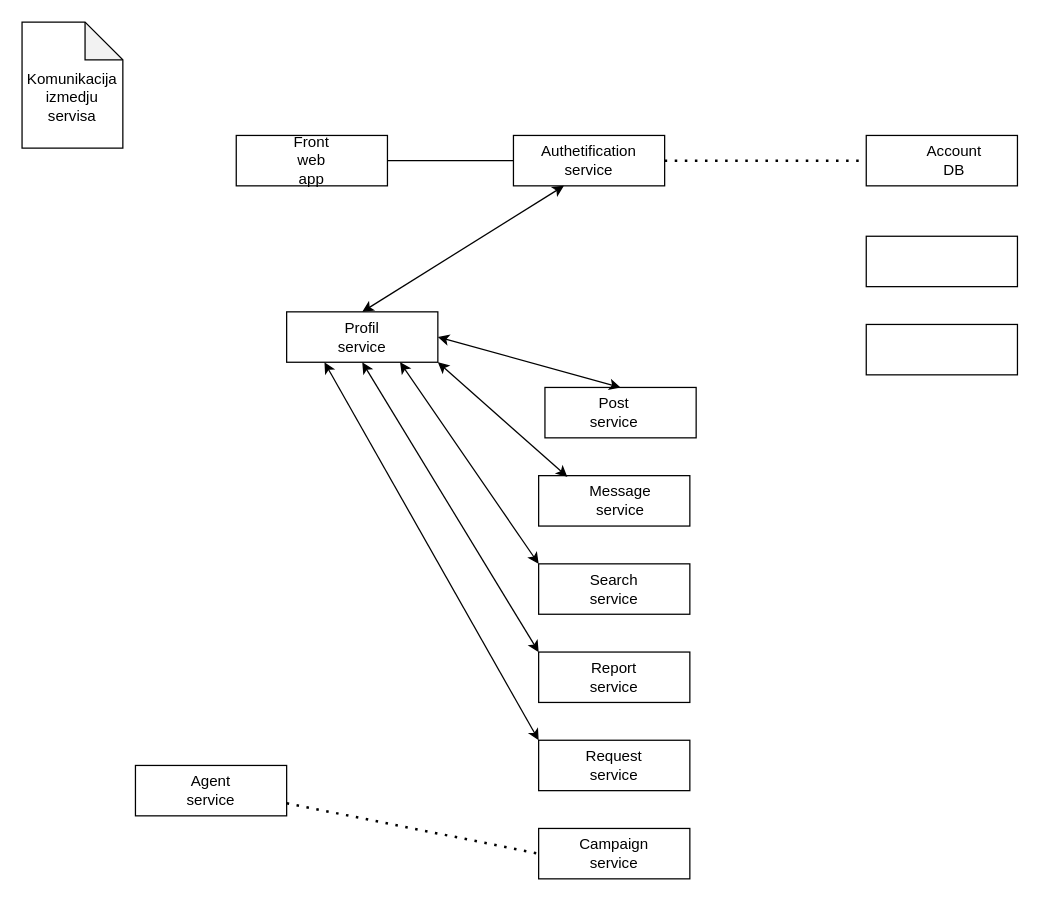
Above: page "Page-11" (10 of 10) of Dijagrami.drawio in andjelijaa/XML-projekat (draw.io), before the change. Source tidied: cells renumbered, new cells numbered last; positions are measured from the earlier drawing's top-left corner, leaving out a move shared by most shapes. Both pictures are drawn from the tidied source at 126%, with x=0, y=0 at pixel (21, 21).
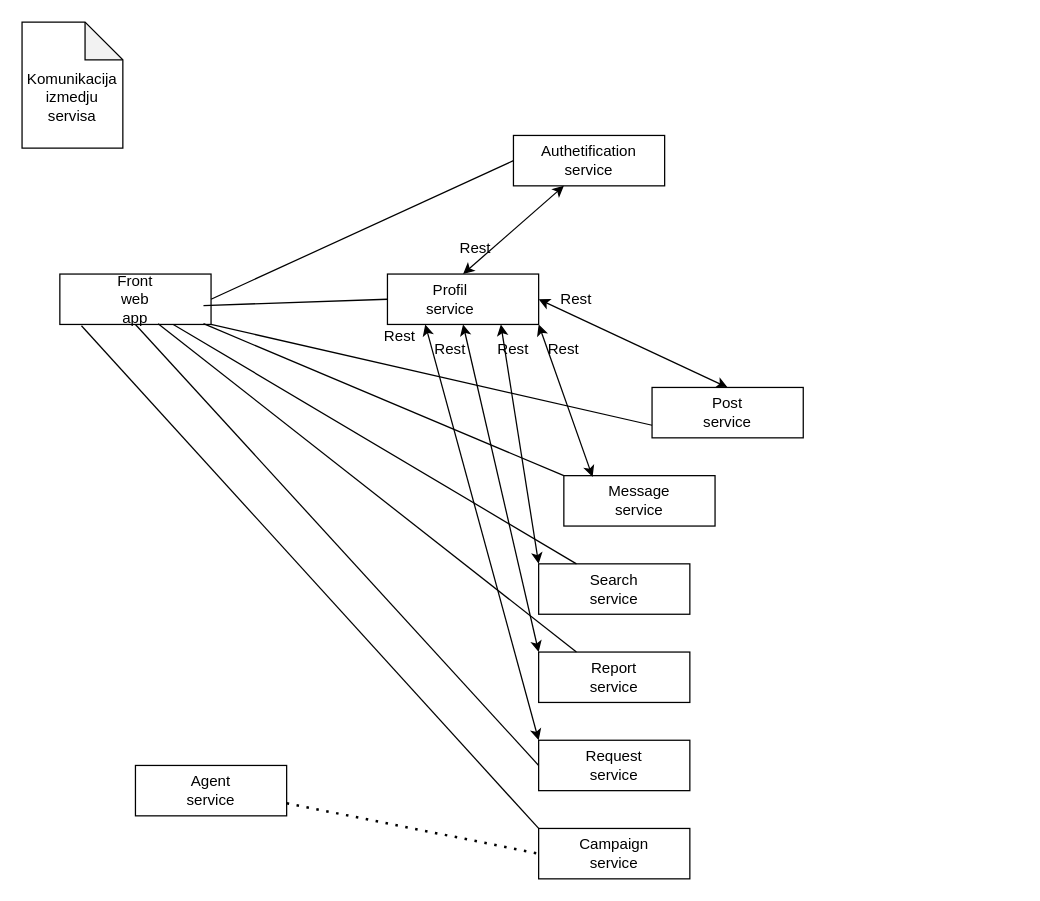
The same page after the edit.

The change refers to these unchanged cells:
```xml
<mxCell id="3" style="rounded=0;whiteSpace=wrap;html=1;" parent="1" vertex="1">
  <mxGeometry x="390" y="90" width="120" height="40" as="geometry" />
</mxCell>
<mxCell id="22" style="rounded=0;whiteSpace=wrap;html=1;align=left;" parent="1" vertex="1">
  <mxGeometry x="410" y="430" width="120" height="40" as="geometry" />
</mxCell>
<mxCell id="25" style="rounded=0;whiteSpace=wrap;html=1;align=left;" parent="1" vertex="1">
  <mxGeometry x="410" y="500" width="120" height="40" as="geometry" />
</mxCell>
<mxCell id="28" style="rounded=0;whiteSpace=wrap;html=1;align=left;" parent="1" vertex="1">
  <mxGeometry x="410" y="570" width="120" height="40" as="geometry" />
</mxCell>
<mxCell id="33" style="rounded=0;whiteSpace=wrap;html=1;align=left;" parent="1" vertex="1">
  <mxGeometry x="410" y="640" width="120" height="40" as="geometry" />
</mxCell>
```

What changed in the source:
```diff
@@
     <mxCell id="5" style="rounded=0;whiteSpace=wrap;html=1;" parent="1" vertex="1">
-      <mxGeometry x="210" y="230" width="120" height="40" as="geometry" />
+      <mxGeometry x="290" y="200" width="120" height="40" as="geometry" />
     </mxCell>
@@
-    <mxCell id="7" style="rounded=0;whiteSpace=wrap;html=1;" parent="1" vertex="1">
-      <mxGeometry x="670" y="170" width="120" height="40" as="geometry" />
-    </mxCell>
     <mxCell id="8" style="rounded=0;whiteSpace=wrap;html=1;align=left;" parent="1" vertex="1">
-      <mxGeometry x="170" y="90" width="120" height="40" as="geometry" />
+      <mxGeometry x="30" y="200" width="120" height="40" as="geometry" />
     </mxCell>
     <mxCell id="9" value="Front web app" style="text;html=1;strokeColor=none;fillColor=none;align=center;verticalAlign=middle;whiteSpace=wrap;rounded=0;" parent="1" vertex="1">
-      <mxGeometry x="210" y="100" width="40" height="20" as="geometry" />
+      <mxGeometry x="70" y="210" width="40" height="20" as="geometry" />
     </mxCell>
@@
-    <mxCell id="11" style="rounded=0;whiteSpace=wrap;html=1;align=left;" parent="1" vertex="1">
-      <mxGeometry x="670" y="90" width="120" height="40" as="geometry" />
-    </mxCell>
-    <mxCell id="12" value="Account DB" style="text;html=1;strokeColor=none;fillColor=none;align=center;verticalAlign=middle;whiteSpace=wrap;rounded=0;" parent="1" vertex="1">
-      <mxGeometry x="720" y="100" width="40" height="20" as="geometry" />
-    </mxCell>
-    <mxCell id="13" style="rounded=0;whiteSpace=wrap;html=1;" parent="1" vertex="1">
-      <mxGeometry x="670" y="240" width="120" height="40" as="geometry" />
-    </mxCell>
     <mxCell id="14" style="rounded=0;whiteSpace=wrap;html=1;" parent="1" vertex="1">
-      <mxGeometry x="415" y="290" width="120" height="40" as="geometry" />
+      <mxGeometry x="500" y="290" width="120" height="40" as="geometry" />
     </mxCell>
     <mxCell id="15" style="rounded=0;whiteSpace=wrap;html=1;" parent="1" vertex="1">
-      <mxGeometry x="410" y="360" width="120" height="40" as="geometry" />
+      <mxGeometry x="430" y="360" width="120" height="40" as="geometry" />
     </mxCell>
     <mxCell id="16" value="Profil service" style="text;html=1;strokeColor=none;fillColor=none;align=center;verticalAlign=middle;whiteSpace=wrap;rounded=0;" parent="1" vertex="1">
-      <mxGeometry x="250" y="240" width="40" height="20" as="geometry" />
+      <mxGeometry x="320" y="210" width="40" height="20" as="geometry" />
     </mxCell>
@@
     <mxCell id="18" value="Post service" style="text;html=1;strokeColor=none;fillColor=none;align=center;verticalAlign=middle;whiteSpace=wrap;rounded=0;" parent="1" vertex="1">
-      <mxGeometry x="450" y="300" width="40" height="20" as="geometry" />
+      <mxGeometry x="540" y="300" width="40" height="20" as="geometry" />
     </mxCell>
@@
     <mxCell id="20" value="Message service" style="text;html=1;strokeColor=none;fillColor=none;align=center;verticalAlign=middle;whiteSpace=wrap;rounded=0;" parent="1" vertex="1">
-      <mxGeometry x="455" y="370" width="40" height="20" as="geometry" />
+      <mxGeometry x="470" y="370" width="40" height="20" as="geometry" />
     </mxCell>
@@
-    <mxCell id="36" style="endArrow=none;dashed=1;html=1;dashPattern=1 3;strokeWidth=2;entryX=0;entryY=0.5;entryDx=0;entryDy=0;exitX=1;exitY=0.5;exitDx=0;exitDy=0;" parent="1" edge="1" source="3" target="11">
-      <mxGeometry relative="1" as="geometry" />
-    </mxCell>
+    <mxCell id="37" style="endArrow=none;html=1;entryX=0.95;entryY=0.625;entryDx=0;entryDy=0;entryPerimeter=0;exitX=0;exitY=0.5;exitDx=0;exitDy=0;" parent="1" edge="1" source="5" target="8">
+      <mxGeometry relative="1" as="geometry" />
+    </mxCell>
+    <mxCell id="38" style="endArrow=none;html=1;exitX=0;exitY=0;exitDx=0;exitDy=0;entryX=0.95;entryY=0.985;entryDx=0;entryDy=0;entryPerimeter=0;" parent="1" edge="1" source="15" target="8">
+      <mxGeometry relative="1" as="geometry" />
+    </mxCell>
+    <mxCell id="39" style="endArrow=none;html=1;exitX=1;exitY=1;exitDx=0;exitDy=0;entryX=0;entryY=0.75;entryDx=0;entryDy=0;" parent="1" edge="1" source="8" target="14">
+      <mxGeometry relative="1" as="geometry" />
+    </mxCell>
+    <mxCell id="40" style="endArrow=none;html=1;entryX=0.75;entryY=1;entryDx=0;entryDy=0;exitX=0.25;exitY=0;exitDx=0;exitDy=0;" parent="1" edge="1" source="22" target="8">
+      <mxGeometry relative="1" as="geometry" />
+    </mxCell>
+    <mxCell id="41" style="endArrow=none;html=1;entryX=0.143;entryY=1.025;entryDx=0;entryDy=0;entryPerimeter=0;exitX=0;exitY=0;exitDx=0;exitDy=0;" parent="1" edge="1" source="33" target="8">
+      <mxGeometry relative="1" as="geometry" />
+    </mxCell>
+    <mxCell id="42" style="endArrow=none;html=1;exitX=0;exitY=0.5;exitDx=0;exitDy=0;entryX=0.5;entryY=1;entryDx=0;entryDy=0;" parent="1" edge="1" source="28" target="8">
+      <mxGeometry relative="1" as="geometry" />
+    </mxCell>
+    <mxCell id="43" style="endArrow=none;html=1;exitX=0.25;exitY=0;exitDx=0;exitDy=0;entryX=0.65;entryY=0.985;entryDx=0;entryDy=0;entryPerimeter=0;" parent="1" edge="1" source="25" target="8">
+      <mxGeometry relative="1" as="geometry" />
+    </mxCell>
+    <mxCell id="44" value="Rest" style="text;html=1;strokeColor=none;fillColor=none;align=center;verticalAlign=middle;whiteSpace=wrap;rounded=0;" parent="1" vertex="1">
+      <mxGeometry x="340" y="170" width="40" height="20" as="geometry" />
+    </mxCell>
+    <mxCell id="45" value="Rest" style="text;html=1;strokeColor=none;fillColor=none;align=center;verticalAlign=middle;whiteSpace=wrap;rounded=0;" parent="1" vertex="1">
+      <mxGeometry x="420" y="210" width="40" height="20" as="geometry" />
+    </mxCell>
+    <mxCell id="46" value="Rest" style="text;html=1;strokeColor=none;fillColor=none;align=center;verticalAlign=middle;whiteSpace=wrap;rounded=0;" parent="1" vertex="1">
+      <mxGeometry x="410" y="250" width="40" height="20" as="geometry" />
+    </mxCell>
+    <mxCell id="47" value="Rest" style="text;html=1;strokeColor=none;fillColor=none;align=center;verticalAlign=middle;whiteSpace=wrap;rounded=0;" parent="1" vertex="1">
+      <mxGeometry x="370" y="250" width="40" height="20" as="geometry" />
+    </mxCell>
+    <mxCell id="48" value="Rest" style="text;html=1;strokeColor=none;fillColor=none;align=center;verticalAlign=middle;whiteSpace=wrap;rounded=0;" parent="1" vertex="1">
+      <mxGeometry x="320" y="250" width="40" height="20" as="geometry" />
+    </mxCell>
+    <mxCell id="49" value="Rest" style="text;html=1;strokeColor=none;fillColor=none;align=center;verticalAlign=middle;whiteSpace=wrap;rounded=0;" parent="1" vertex="1">
+      <mxGeometry x="280" y="240" width="40" height="20" as="geometry" />
+    </mxCell>
```
